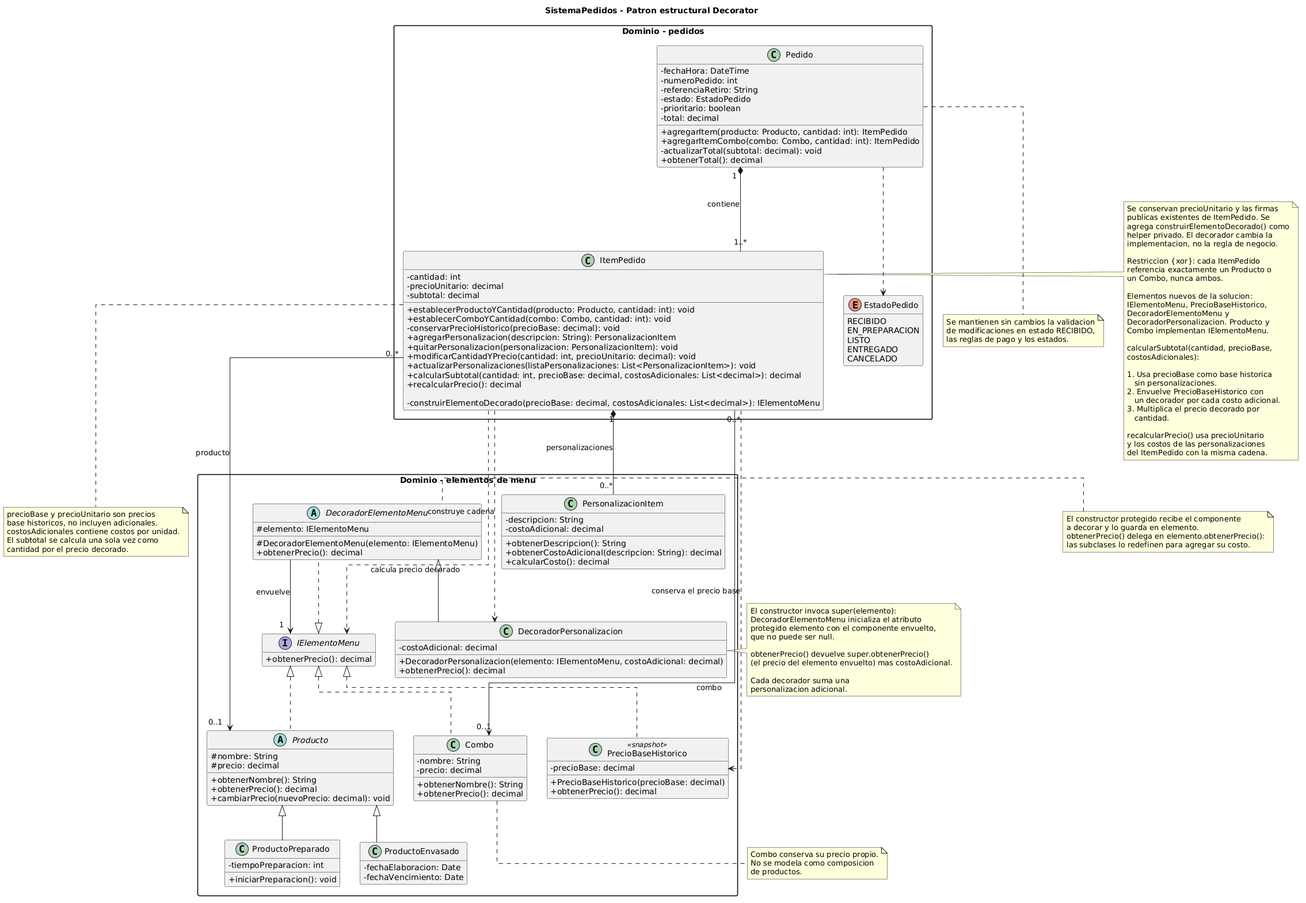
Earlier version of the PlantUML export diagramas/01-diagrama-clases/01-patron-estructural-decorator.png (eloeyhe/SistemaPedidos).
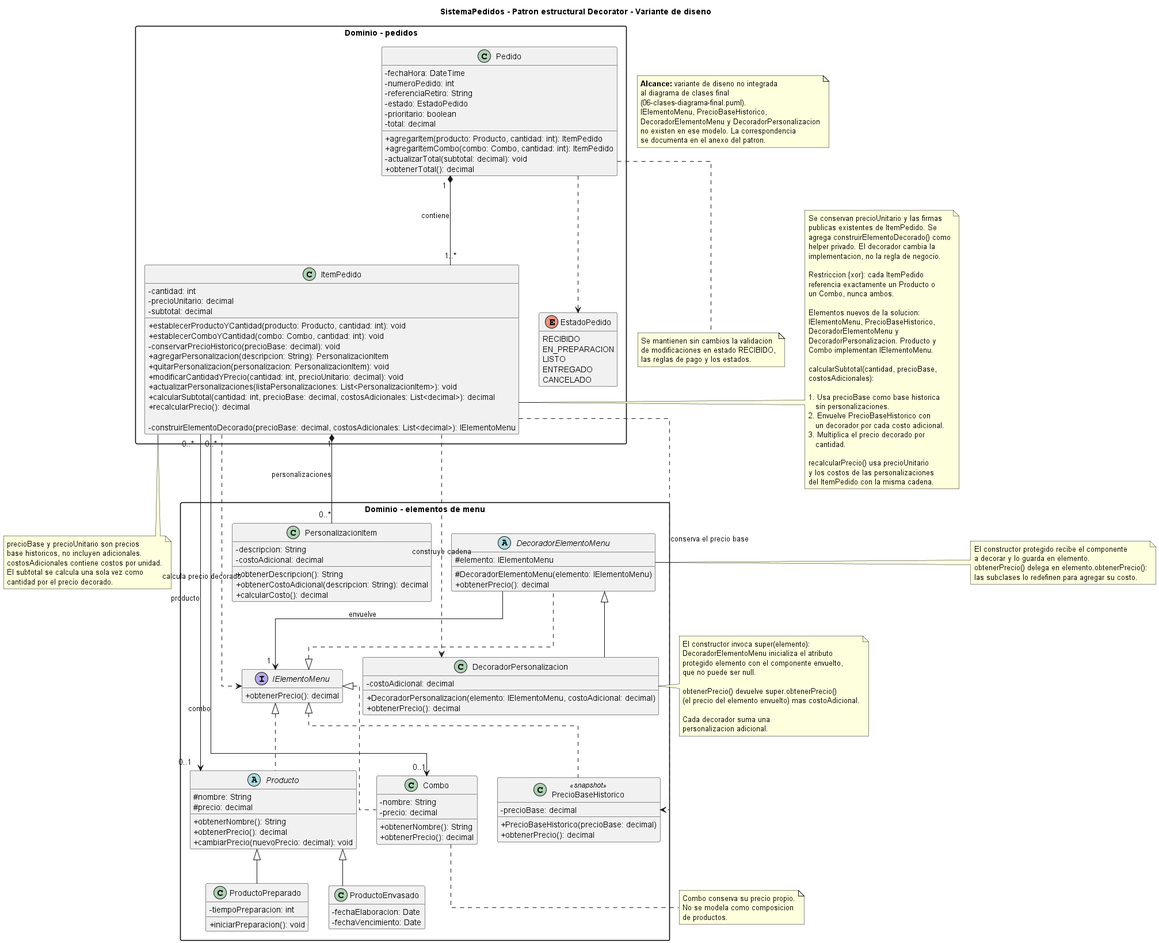
Later version of the same file.

Commit message:
fix: marco State y Decorator como variantes de diseño no integradas y documento su correspondencia con el diagrama de clases final (RC23, RC24)

Change to the diagram source:
```diff
@@ -1,5 +1,5 @@
 @startuml
-title SistemaPedidos - Patron estructural Decorator
+title SistemaPedidos - Patron estructural Decorator - Variante de diseno
 top to bottom direction
 
 skinparam classAttributeIconSize 0
@@ -132,6 +132,16 @@
   ItemPedido ..> IElementoMenu : calcula precio decorado
 }
 
+note as Alcance
+  <b>Alcance:</b> variante de diseno no integrada
+  al diagrama de clases final
+  (06-clases-diagrama-final.puml).
+  IElementoMenu, PrecioBaseHistorico,
+  DecoradorElementoMenu y DecoradorPersonalizacion
+  no existen en ese modelo. La correspondencia
+  se documenta en el anexo del patron.
+end note
+
 note right of ItemPedido
   Se conservan precioUnitario y las firmas
   publicas existentes de ItemPedido. Se
@@ -203,4 +213,5 @@
   obtenerPrecio() delega en elemento.obtenerPrecio():
   las subclases lo redefinen para agregar su costo.
 end note
+
 @enduml
```
